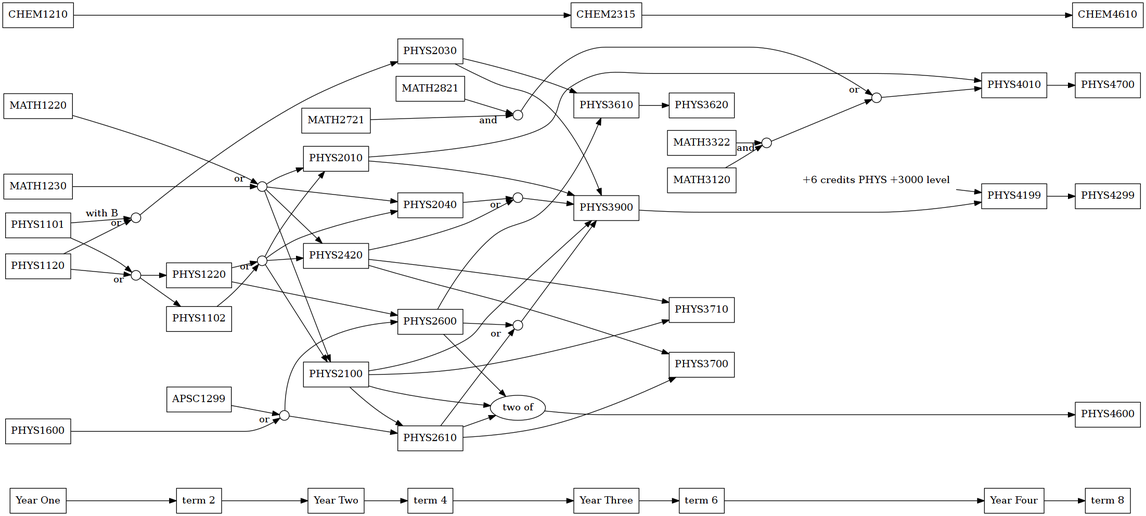
danpeirce/course-chart keeps this Graphviz diagram as pmt.png. Above is the earlier version. Its source is kept beside it as pmt.gv.
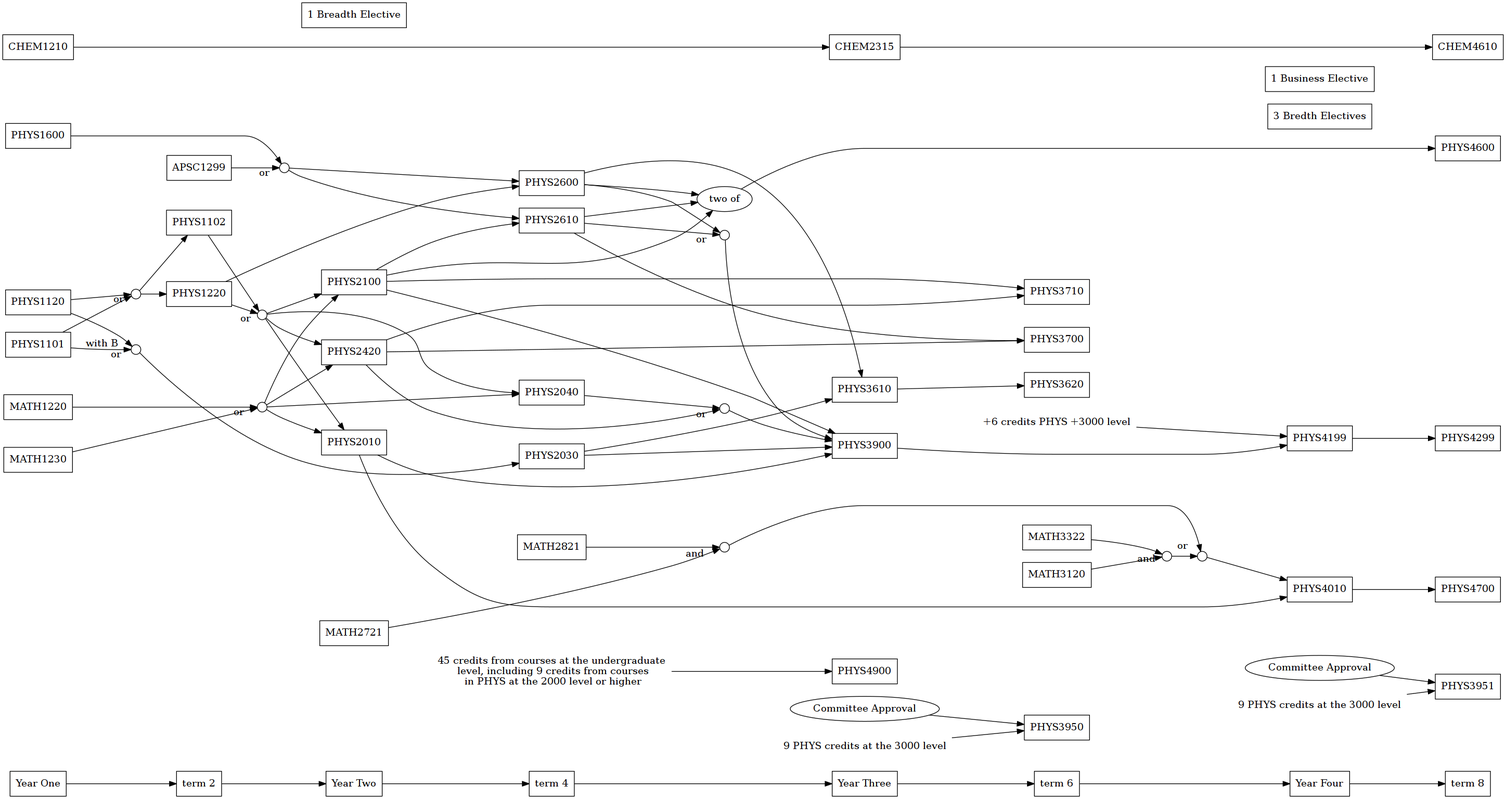
After the change.

The edit, as a diff of the source:
```diff
@@ -13,7 +13,17 @@
     yearfour [label="Year Four"];
     y4t2 [label="term 8"];
 
+    PHYS3950;
+    phys1appr [label="Committee Approval", shape=oval];
+    phys1c9 [label="9 PHYS credits at the 3000 level", shape= none];
+    PHYS3951;
+    phys2appr [label="Committee Approval", shape=oval];
+    phys2c9 [label="9 PHYS credits at the 3000 level", shape= none];
+    PHYS4900;
+    p4900 [label=<45 credits from courses at the undergraduate<br /> level, including 9 credits from courses<br /> in PHYS at the 2000 level or higher>, shape=none];
     PHYS4700;
+    breadthE [label="3 Bredth Electives"];
+    businessE [label="1 Business Elective"];
     PHYS4600;
     PHYS4299;
     PHYS4199;
@@ -38,6 +48,7 @@
     PHYS2420;
     PHYS2100;
     ch2100 [ label="", shape=circle, height=0.2]; //or
+    breadthE2nd [label="1 Breadth Elective"];
     PHYS2600;
     PHYS2610;
     PHYS3710;
@@ -63,8 +74,15 @@
     oboth4010 [label="", shape=circle, height=0.2]; //and
     chm2100 [label="", shape=circle, height=0.2]; //or
 
+
+
     yearone  -> y1t2 -> yeartwo -> y2t2 ->  yearthree -> y3t2  -> yearfour -> y4t2  ;
     PHYS2010 -> PHYS4010 -> PHYS4700   ;
+    p4900 -> PHYS4900;
+    phys1appr -> PHYS3950;
+    phys1c9 -> PHYS3950;
+    phys2appr -> PHYS3951;
+    phys2c9 -> PHYS3951;
     CHEM1210 -> CHEM2315 -> CHEM4610  ;
     ch4010 -> PHYS4010  ;
     both4010 -> ch4010  [headlabel="or    "];
@@ -122,12 +140,12 @@
     PHYS2420 -> PHYS3700  ;
     PHYS2610 -> PHYS3700  ;
     PHYS2420 -> PHYS3710  ;
-    { rank=same; yearfour, PHYS4010, PHYS4199 };
-    { rank=same; yeartwo, PHYS2010, PHYS2420, MATH2721 };
-    { rank=same; y2t2, PHYS2030, PHYS2040, MATH2821 };
-    { rank=same; y4t2, PHYS4600, PHYS4299, CHEM4610 };
-    { rank=same; yearthree, PHYS3900, PHYS3610,  CHEM2315 };
-    { rank=same; y3t2, PHYS3710, PHYS3700, PHYS3620, MATH3120, MATH3322 };
+    { rank=same; yearfour, PHYS4010, PHYS4199, breadthE, businessE };
+    { rank=same; yeartwo, PHYS2010, PHYS2420, MATH2721, breadthE2nd };
+    { rank=same; y2t2, PHYS2030, PHYS2040, MATH2821, p4900 };
+    { rank=same; y4t2, PHYS4600, PHYS4299, CHEM4610, PHYS3951 };
+    { rank=same; yearthree, PHYS3900, PHYS3610,  CHEM2315, PHYS4900 };
+    { rank=same; y3t2, PHYS3710, PHYS3700, PHYS3620, MATH3120, MATH3322, PHYS3950, ch3900 };
     { rank=same; yeartwo, PHYS2100};
     { rank=same; y2t2, PHYS2600};
     { rank=same; y2t2, PHYS2610};
```
